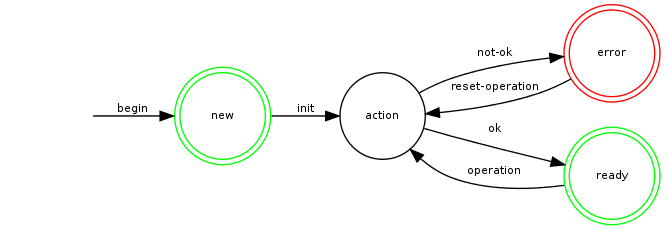
Above: docs/fog-operations.png in sudohippie/fog (Graphviz), before the change. Its source is kept beside it as docs/fog-operations.dot. Its diagram source:
```dot
digraph fog {
	node [shape=circle,fontsize=8,fixedsize=true,width=0.9];
  	edge [fontsize=8];
  	rankdir=LR;

	start [ style=invis ]
	new [ shape=doublecircle, color=green ];
	action;
	error [ shape=doublecircle, color=red ];
	ready [ shape=doublecircle, color=green ];

	start -> new  [ label = "begin" ]
	new -> action [ label = "init" ];
	action -> ready [ label = "ok" ];
	action -> error [ label = "not-ok" ];
	ready -> action [ label = "operation" ];
	error -> action [ label = "reset-operation" ];
}
```
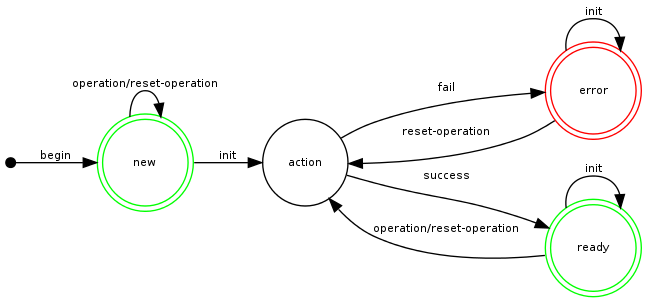
After the commit.

Commit message:
#7: Updated operation state machine

Diff of the diagram source:
```diff
@@ -1,18 +1,21 @@
 digraph fog {
-	node [shape=circle,fontsize=8,fixedsize=true,width=0.9];
+	node [shape=circle, fontsize=8, fixedsize=true, width=0.9];
   	edge [fontsize=8];
   	rankdir=LR;
 
-	start [ style=invis ]
+	start [ shape=point, fixedsize=false, width=0.1 ]
 	new [ shape=doublecircle, color=green ];
 	action;
 	error [ shape=doublecircle, color=red ];
 	ready [ shape=doublecircle, color=green ];
 
-	start -> new  [ label = "begin" ]
+	start -> new  [ label = "begin" ];
+	new -> new [ label = "operation/reset-operation" ];
 	new -> action [ label = "init" ];
-	action -> ready [ label = "ok" ];
-	action -> error [ label = "not-ok" ];
-	ready -> action [ label = "operation" ];
+	action -> ready [ label = "success" ];
+	action -> error [ label = "fail" ];
+	ready -> action [ label = "operation/reset-operation" ];
+	ready -> ready [ label = "init" ];
 	error -> action [ label = "reset-operation" ];
+	error -> error [ label = "init" ];
 }
```
